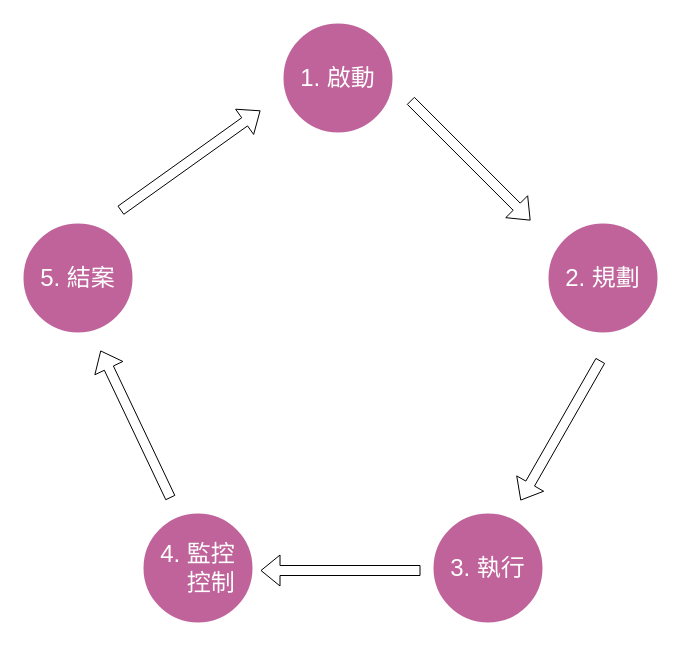
The draw.io diagram page "Page-1" (1 of 3) of assets/image/Infomation/2025_06_07/chart.drawio in gotoa1234/gotoa1234.github.io, before the edit. Source tidied: cells renumbered, new cells numbered last; positions are measured from the earlier drawing's top-left corner, leaving out a move shared by most shapes. Both pictures are drawn from the tidied source at 100%, with x=0, y=0 at pixel (20, 20).
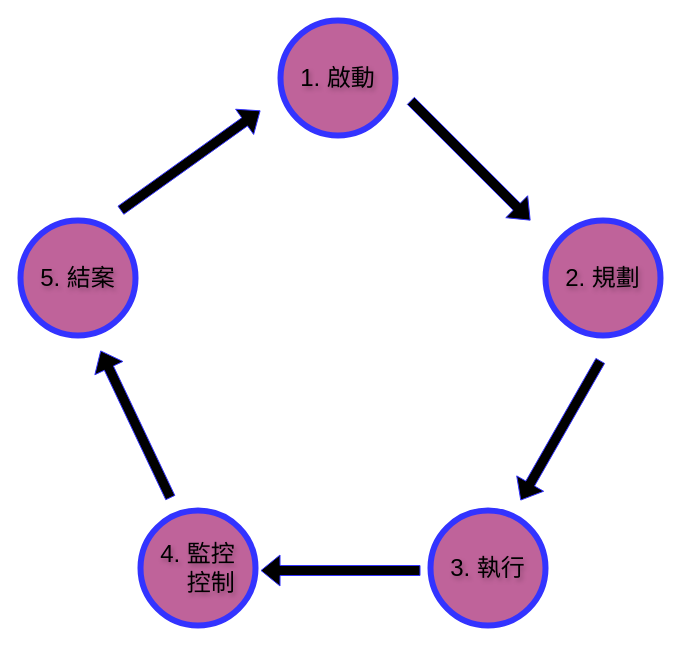
After the change.

Diff of the diagram source:
```diff
@@
 <mxGraphModel>
   <root>
     <mxCell id="0" />
     <mxCell id="1" parent="0" />
-    <mxCell id="2" value="&lt;font style=&quot;font-size: 24px;&quot;&gt;1. 啟動&lt;/font&gt;" style="ellipse;whiteSpace=wrap;html=1;rounded=0;shadow=0;strokeWidth=6;fontSize=14;align=center;fillColor=#BF639A;strokeColor=#FFFFFF;fontColor=#FFFFFF;" parent="1" vertex="1">
+    <mxCell id="2" value="&lt;font style=&quot;font-size: 24px;&quot;&gt;1. 啟動&lt;/font&gt;" style="ellipse;whiteSpace=wrap;html=1;rounded=0;shadow=0;strokeWidth=6;fontSize=14;align=center;fillColor=#BF639A;strokeColor=#3333FF;fontColor=#000000;textShadow=1;" parent="1" vertex="1">
       <mxGeometry x="260" width="115" height="115" as="geometry" />
     </mxCell>
-    <mxCell id="3" value="&lt;font style=&quot;font-size: 24px;&quot;&gt;2. 規劃&lt;/font&gt;" style="ellipse;whiteSpace=wrap;html=1;rounded=0;shadow=0;strokeWidth=6;fontSize=14;align=center;fillColor=#BF639A;strokeColor=#FFFFFF;fontColor=#FFFFFF;" parent="1" vertex="1">
+    <mxCell id="3" value="&lt;font style=&quot;font-size: 24px;&quot;&gt;2. 規劃&lt;/font&gt;" style="ellipse;whiteSpace=wrap;html=1;rounded=0;shadow=0;strokeWidth=6;fontSize=14;align=center;fillColor=#BF639A;strokeColor=#3333FF;fontColor=#000000;textShadow=1;" parent="1" vertex="1">
       <mxGeometry x="525" y="200" width="115" height="115" as="geometry" />
     </mxCell>
-    <mxCell id="4" value="&lt;font style=&quot;font-size: 24px;&quot;&gt;3. 執行&lt;/font&gt;" style="ellipse;whiteSpace=wrap;html=1;rounded=0;shadow=0;strokeWidth=6;fontSize=14;align=center;fillColor=#BF639A;strokeColor=#FFFFFF;fontColor=#FFFFFF;" parent="1" vertex="1">
+    <mxCell id="4" value="&lt;font style=&quot;font-size: 24px;&quot;&gt;3. 執行&lt;/font&gt;" style="ellipse;whiteSpace=wrap;html=1;rounded=0;shadow=0;strokeWidth=6;fontSize=14;align=center;fillColor=#BF639A;strokeColor=#3333FF;fontColor=#000000;textShadow=1;" parent="1" vertex="1">
       <mxGeometry x="410" y="490" width="115" height="115" as="geometry" />
     </mxCell>
-    <mxCell id="5" value="&lt;font style=&quot;font-size: 24px;&quot;&gt;4.&amp;nbsp;監控&lt;br&gt;&amp;nbsp; &amp;nbsp; 控制&lt;/font&gt;" style="ellipse;whiteSpace=wrap;html=1;rounded=0;shadow=0;strokeWidth=6;fontSize=14;align=center;fillColor=#BF639A;strokeColor=#FFFFFF;fontColor=#FFFFFF;" parent="1" vertex="1">
+    <mxCell id="5" value="&lt;font style=&quot;font-size: 24px;&quot;&gt;4.&amp;nbsp;監控&lt;br&gt;&amp;nbsp; &amp;nbsp; 控制&lt;/font&gt;" style="ellipse;whiteSpace=wrap;html=1;rounded=0;shadow=0;strokeWidth=6;fontSize=14;align=center;fillColor=#BF639A;strokeColor=#3333FF;fontColor=#000000;textShadow=1;" parent="1" vertex="1">
       <mxGeometry x="120" y="490" width="115" height="115" as="geometry" />
     </mxCell>
-    <mxCell id="6" value="&lt;font style=&quot;font-size: 24px;&quot;&gt;5. 結案&lt;/font&gt;" style="ellipse;whiteSpace=wrap;html=1;rounded=0;shadow=0;strokeWidth=6;fontSize=14;align=center;fillColor=#BF639A;strokeColor=#FFFFFF;fontColor=#FFFFFF;" parent="1" vertex="1">
+    <mxCell id="6" value="&lt;font style=&quot;font-size: 24px;&quot;&gt;5. 結案&lt;/font&gt;" style="ellipse;whiteSpace=wrap;html=1;rounded=0;shadow=0;strokeWidth=6;fontSize=14;align=center;fillColor=#BF639A;strokeColor=#3333FF;fontColor=#000000;textShadow=1;" parent="1" vertex="1">
       <mxGeometry y="200" width="115" height="115" as="geometry" />
     </mxCell>
-    <mxCell id="7" style="shape=flexArrow;endArrow=classic;html=1;rounded=0;" parent="1" edge="1">
+    <mxCell id="7" style="shape=flexArrow;endArrow=classic;html=1;rounded=0;fontColor=#000000;textShadow=1;strokeColor=#3333FF;fillColor=#000000;" parent="1" edge="1">
       <mxGeometry relative="1" as="geometry">
         <mxPoint x="390" y="80" as="sourcePoint" />
         <mxPoint x="510" y="200" as="targetPoint" />
       </mxGeometry>
     </mxCell>
-    <mxCell id="8" style="shape=flexArrow;endArrow=classic;html=1;rounded=0;" parent="1" edge="1">
+    <mxCell id="8" style="shape=flexArrow;endArrow=classic;html=1;rounded=0;fontColor=#000000;textShadow=1;strokeColor=#3333FF;fillColor=#000000;" parent="1" edge="1">
       <mxGeometry relative="1" as="geometry">
         <mxPoint x="580" y="340" as="sourcePoint" />
         <mxPoint x="500" y="480" as="targetPoint" />
       </mxGeometry>
     </mxCell>
-    <mxCell id="9" style="shape=flexArrow;endArrow=classic;html=1;rounded=0;" parent="1" edge="1">
+    <mxCell id="9" style="shape=flexArrow;endArrow=classic;html=1;rounded=0;fontColor=#000000;textShadow=1;strokeColor=#3333FF;fillColor=#000000;" parent="1" edge="1">
       <mxGeometry relative="1" as="geometry">
         <mxPoint x="150" y="477.5" as="sourcePoint" />
         <mxPoint x="80" y="330" as="targetPoint" />
       </mxGeometry>
     </mxCell>
-    <mxCell id="10" style="shape=flexArrow;endArrow=classic;html=1;rounded=0;" parent="1" edge="1">
+    <mxCell id="10" style="shape=flexArrow;endArrow=classic;html=1;rounded=0;fontColor=#000000;textShadow=1;strokeColor=#3333FF;fillColor=#000000;" parent="1" edge="1">
       <mxGeometry relative="1" as="geometry">
         <mxPoint x="400" y="550" as="sourcePoint" />
         <mxPoint x="240" y="550" as="targetPoint" />
       </mxGeometry>
     </mxCell>
-    <mxCell id="11" style="shape=flexArrow;endArrow=classic;html=1;rounded=0;" parent="1" edge="1">
+    <mxCell id="11" style="shape=flexArrow;endArrow=classic;html=1;rounded=0;fontColor=#000000;textShadow=1;strokeColor=#3333FF;fillColor=#000000;" parent="1" edge="1">
       <mxGeometry relative="1" as="geometry">
         <mxPoint x="100" y="190" as="sourcePoint" />
         <mxPoint x="240" y="90" as="targetPoint" />
       </mxGeometry>
     </mxCell>
   </root>
 </mxGraphModel>
```
